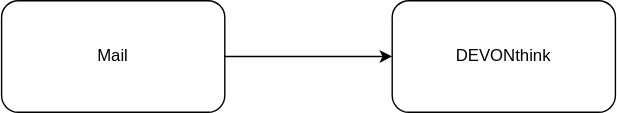
This is Docs/architecture.drawio.svg from s17n/MailScripts, a draw.io export, as it was before one commit. Source tidied: cells renumbered, new cells last; positions are measured from the earlier drawing's top-left corner, leaving out a move shared by most shapes.
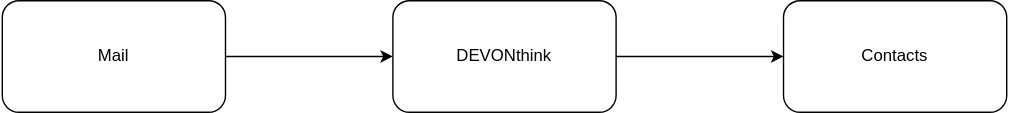
After the change.

What changed in the source:
```diff
@@ -5,11 +5,17 @@
     <mxCell id="2" style="edgeStyle=none;html=1;" parent="1" edge="1" source="3" target="4">
       <mxGeometry relative="1" as="geometry" />
     </mxCell>
-    <mxCell id="3" value="Mail" style="rounded=1;whiteSpace=wrap;html=1;fillColor=none;" parent="1" vertex="1">
+    <mxCell id="3" value="Mail" style="rounded=1;whiteSpace=wrap;html=1;" parent="1" vertex="1">
       <mxGeometry width="160" height="80" as="geometry" />
     </mxCell>
+    <mxCell id="5" style="edgeStyle=none;html=1;" parent="1" edge="1" source="4" target="6">
+      <mxGeometry relative="1" as="geometry" />
+    </mxCell>
-    <mxCell id="4" value="DEVONthink" style="rounded=1;whiteSpace=wrap;html=1;fillColor=none;" parent="1" vertex="1">
+    <mxCell id="4" value="DEVONthink" style="rounded=1;whiteSpace=wrap;html=1;" parent="1" vertex="1">
       <mxGeometry x="280" width="160" height="80" as="geometry" />
     </mxCell>
+    <mxCell id="6" value="Contacts" style="rounded=1;whiteSpace=wrap;html=1;" parent="1" vertex="1">
+      <mxGeometry x="560" width="160" height="80" as="geometry" />
+    </mxCell>
   </root>
 </mxGraphModel>
```
